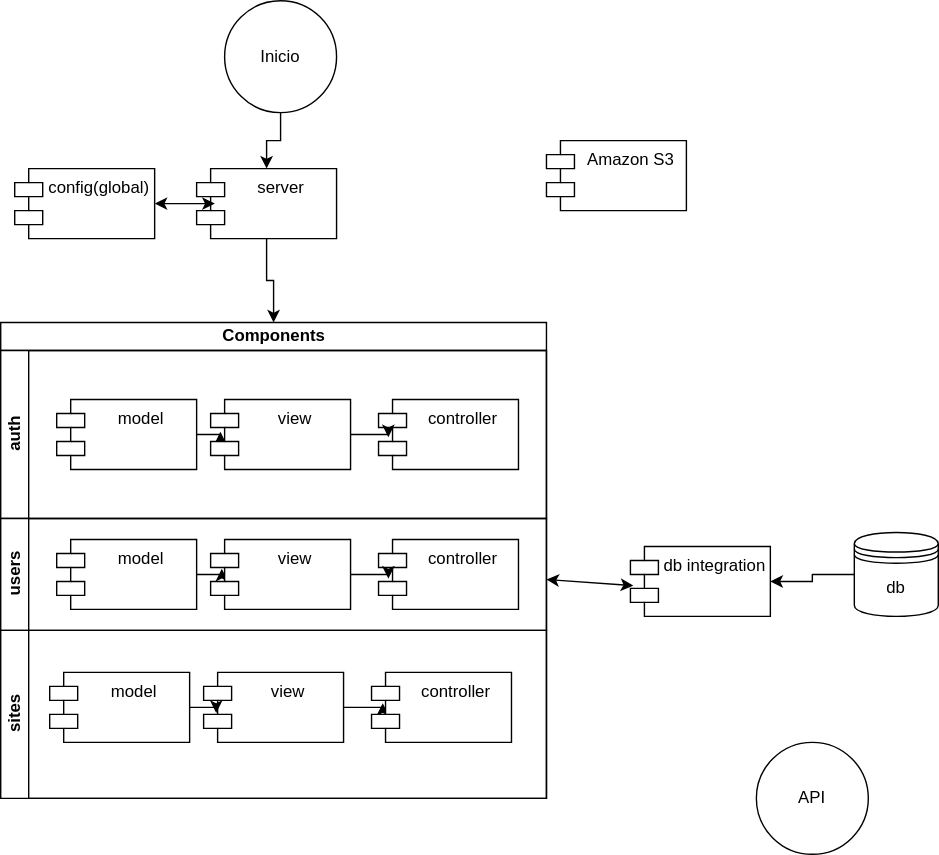
The draw.io diagram backenddiagram.svg in andresmesad09/Backend-LetsRoomie, before a commit. Source tidied: cells renumbered, new cells last; positions are measured from the earlier drawing's top-left corner, leaving out a move shared by most shapes.
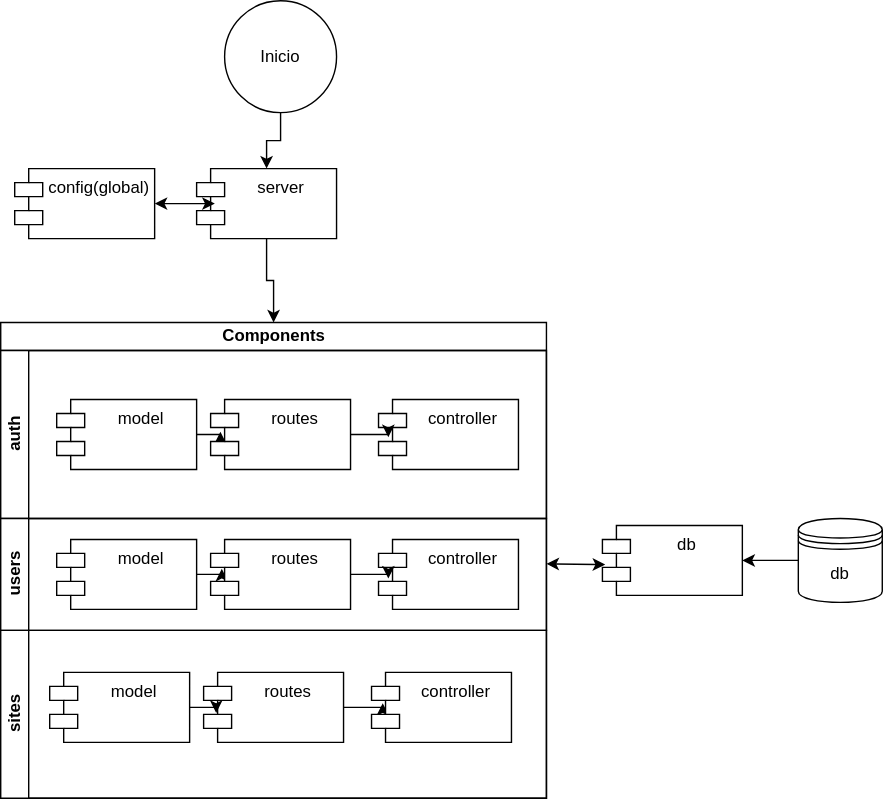
Later version of the same file.

Diff of the diagram source:
```diff
@@ -12,7 +12,7 @@
       <mxGeometry relative="1" as="geometry" />
     </mxCell>
     <mxCell id="5" value="db" style="shape=datastore;whiteSpace=wrap;html=1;startSize=20;" parent="1" vertex="1">
-      <mxGeometry x="610" y="380" width="60" height="60" as="geometry" />
+      <mxGeometry x="570" y="370" width="60" height="60" as="geometry" />
     </mxCell>
     <mxCell id="6" style="rounded=0;jettySize=auto;html=1;entryX=0.02;entryY=0.56;entryDx=0;entryDy=0;entryPerimeter=0;startSize=6;verticalAlign=middle;startArrow=classic;startFill=1;endArrow=classic;endFill=1;" parent="1" edge="1" source="7" target="29">
       <mxGeometry relative="1" as="geometry" />
@@ -35,7 +35,7 @@
     <mxCell id="12" style="edgeStyle=orthogonalEdgeStyle;rounded=0;jettySize=auto;html=1;exitX=1;exitY=0.5;exitDx=0;exitDy=0;entryX=0.07;entryY=0.54;entryDx=0;entryDy=0;entryPerimeter=0;startSize=20;" parent="8" edge="1" source="13" target="11">
       <mxGeometry relative="1" as="geometry" />
     </mxCell>
-    <mxCell id="13" value="view" style="shape=module;align=left;spacingLeft=20;align=center;verticalAlign=top;startSize=20;html=1;" parent="8" vertex="1">
+    <mxCell id="13" value="routes" style="shape=module;align=left;spacingLeft=20;align=center;verticalAlign=top;startSize=20;html=1;" parent="8" vertex="1">
       <mxGeometry x="150" y="35" width="100" height="50" as="geometry" />
     </mxCell>
     <mxCell id="14" value="users" style="swimlane;html=1;startSize=20;horizontal=0;" parent="7" vertex="1">
@@ -47,7 +47,7 @@
     <mxCell id="16" value="model" style="shape=module;align=left;spacingLeft=20;align=center;verticalAlign=top;startSize=20;html=1;" parent="14" vertex="1">
       <mxGeometry x="40" y="15" width="100" height="50" as="geometry" />
     </mxCell>
-    <mxCell id="17" value="view" style="shape=module;align=left;spacingLeft=20;align=center;verticalAlign=top;startSize=20;html=1;" parent="14" vertex="1">
+    <mxCell id="17" value="routes" style="shape=module;align=left;spacingLeft=20;align=center;verticalAlign=top;startSize=20;html=1;" parent="14" vertex="1">
       <mxGeometry x="150" y="15" width="100" height="50" as="geometry" />
     </mxCell>
     <mxCell id="18" value="controller" style="shape=module;align=left;spacingLeft=20;align=center;verticalAlign=top;startSize=20;html=1;" parent="14" vertex="1">
@@ -62,7 +62,7 @@
     <mxCell id="21" style="edgeStyle=orthogonalEdgeStyle;rounded=0;jettySize=auto;html=1;exitX=1;exitY=0.5;exitDx=0;exitDy=0;entryX=0.08;entryY=0.44;entryDx=0;entryDy=0;entryPerimeter=0;startSize=20;" parent="20" edge="1" source="22" target="23">
       <mxGeometry relative="1" as="geometry" />
     </mxCell>
-    <mxCell id="22" value="view" style="shape=module;align=left;spacingLeft=20;align=center;verticalAlign=top;startSize=20;html=1;" parent="20" vertex="1">
+    <mxCell id="22" value="routes" style="shape=module;align=left;spacingLeft=20;align=center;verticalAlign=top;startSize=20;html=1;" parent="20" vertex="1">
       <mxGeometry x="145" y="30" width="100" height="50" as="geometry" />
     </mxCell>
     <mxCell id="23" value="controller" style="shape=module;align=left;spacingLeft=20;align=center;verticalAlign=top;startSize=20;html=1;" parent="20" vertex="1">
@@ -83,17 +83,11 @@
     <mxCell id="28" value="server" style="shape=module;align=left;spacingLeft=20;align=center;verticalAlign=top;startSize=20;html=1;" parent="1" vertex="1">
       <mxGeometry x="140" y="120" width="100" height="50" as="geometry" />
     </mxCell>
-    <mxCell id="29" value="db integration" style="shape=module;align=left;spacingLeft=20;align=center;verticalAlign=top;startSize=20;html=1;" parent="1" vertex="1">
-      <mxGeometry x="450" y="390" width="100" height="50" as="geometry" />
+    <mxCell id="29" value="db " style="shape=module;align=left;spacingLeft=20;align=center;verticalAlign=top;startSize=20;html=1;" parent="1" vertex="1">
+      <mxGeometry x="430" y="375" width="100" height="50" as="geometry" />
     </mxCell>
     <mxCell id="30" style="endArrow=classic;startArrow=classic;html=1;entryX=0.13;entryY=0.5;entryDx=0;entryDy=0;entryPerimeter=0;" parent="1" edge="1" source="26" target="28">
       <mxGeometry relative="1" as="geometry" />
     </mxCell>
-    <mxCell id="31" value="API" style="ellipse;whiteSpace=wrap;html=1;startSize=20;" parent="1" vertex="1">
-      <mxGeometry x="540" y="530" width="80" height="80" as="geometry" />
-    </mxCell>
-    <mxCell id="32" value="Amazon S3" style="shape=module;align=left;spacingLeft=20;align=center;verticalAlign=top;startSize=20;html=1;" parent="1" vertex="1">
-      <mxGeometry x="390" y="100" width="100" height="50" as="geometry" />
-    </mxCell>
   </root>
 </mxGraphModel>
```
